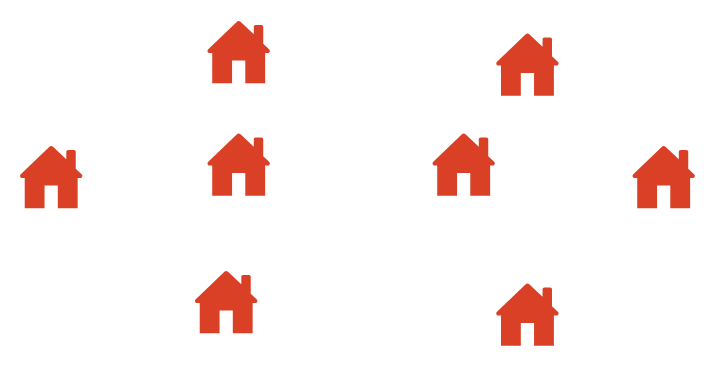
This is _posts/Untitled Diagram (1).drawio from haska1025/haska1025.github.io, a draw.io file, before an edit. Source tidied: cells renumbered, new cells numbered last; positions are measured from the earlier drawing's top-left corner, leaving out a move shared by most shapes. Both pictures are drawn from the tidied source at 125%, with x=0, y=0 at pixel (19, 20).
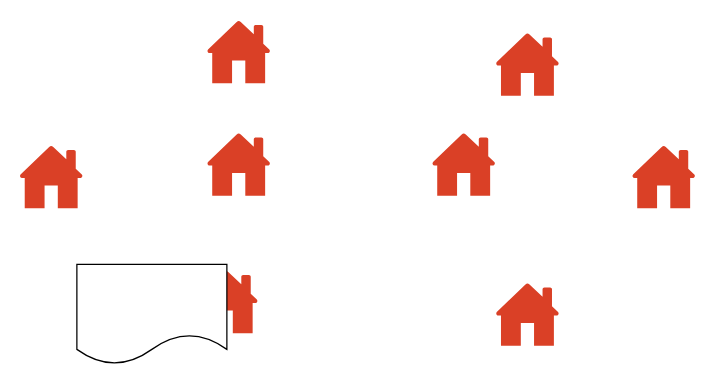
Above is the later version.

The edit, as a diff of the source:
```diff
@@
 <mxGraphModel>
   <root>
     <mxCell id="0" />
     <mxCell id="1" parent="0" />
     <mxCell id="2" style="shadow=0;dashed=0;html=1;strokeColor=none;labelPosition=center;verticalLabelPosition=bottom;verticalAlign=top;align=center;shape=mxgraph.office.concepts.home;fillColor=#DA4026;" parent="1" vertex="1">
       <mxGeometry x="150" y="90" width="51" height="50" as="geometry" />
     </mxCell>
     <mxCell id="3" style="shadow=0;dashed=0;html=1;strokeColor=none;labelPosition=center;verticalLabelPosition=bottom;verticalAlign=top;align=center;shape=mxgraph.office.concepts.home;fillColor=#DA4026;" parent="1" vertex="1">
       <mxGeometry x="330" y="90" width="51" height="50" as="geometry" />
     </mxCell>
     <mxCell id="4" style="shadow=0;dashed=0;html=1;strokeColor=none;labelPosition=center;verticalLabelPosition=bottom;verticalAlign=top;align=center;shape=mxgraph.office.concepts.home;fillColor=#DA4026;" parent="1" vertex="1">
       <mxGeometry y="100" width="51" height="50" as="geometry" />
     </mxCell>
     <mxCell id="5" style="shadow=0;dashed=0;html=1;strokeColor=none;labelPosition=center;verticalLabelPosition=bottom;verticalAlign=top;align=center;shape=mxgraph.office.concepts.home;fillColor=#DA4026;" parent="1" vertex="1">
       <mxGeometry x="140" y="200" width="51" height="50" as="geometry" />
     </mxCell>
     <mxCell id="6" style="shadow=0;dashed=0;html=1;strokeColor=none;labelPosition=center;verticalLabelPosition=bottom;verticalAlign=top;align=center;shape=mxgraph.office.concepts.home;fillColor=#DA4026;" parent="1" vertex="1">
       <mxGeometry x="150" width="51" height="50" as="geometry" />
     </mxCell>
     <mxCell id="7" style="shadow=0;dashed=0;html=1;strokeColor=none;labelPosition=center;verticalLabelPosition=bottom;verticalAlign=top;align=center;shape=mxgraph.office.concepts.home;fillColor=#DA4026;" parent="1" vertex="1">
       <mxGeometry x="490" y="100" width="51" height="50" as="geometry" />
     </mxCell>
     <mxCell id="8" style="shadow=0;dashed=0;html=1;strokeColor=none;labelPosition=center;verticalLabelPosition=bottom;verticalAlign=top;align=center;shape=mxgraph.office.concepts.home;fillColor=#DA4026;" parent="1" vertex="1">
       <mxGeometry x="381" y="10" width="51" height="50" as="geometry" />
     </mxCell>
     <mxCell id="9" style="shadow=0;dashed=0;html=1;strokeColor=none;labelPosition=center;verticalLabelPosition=bottom;verticalAlign=top;align=center;shape=mxgraph.office.concepts.home;fillColor=#DA4026;" parent="1" vertex="1">
       <mxGeometry x="381" y="210" width="51" height="50" as="geometry" />
     </mxCell>
+    <mxCell id="10" style="shape=document;whiteSpace=wrap;html=1;boundedLbl=1;" parent="1" vertex="1">
+      <mxGeometry x="46" y="195" width="120" height="80" as="geometry" />
+    </mxCell>
   </root>
 </mxGraphModel>
```
